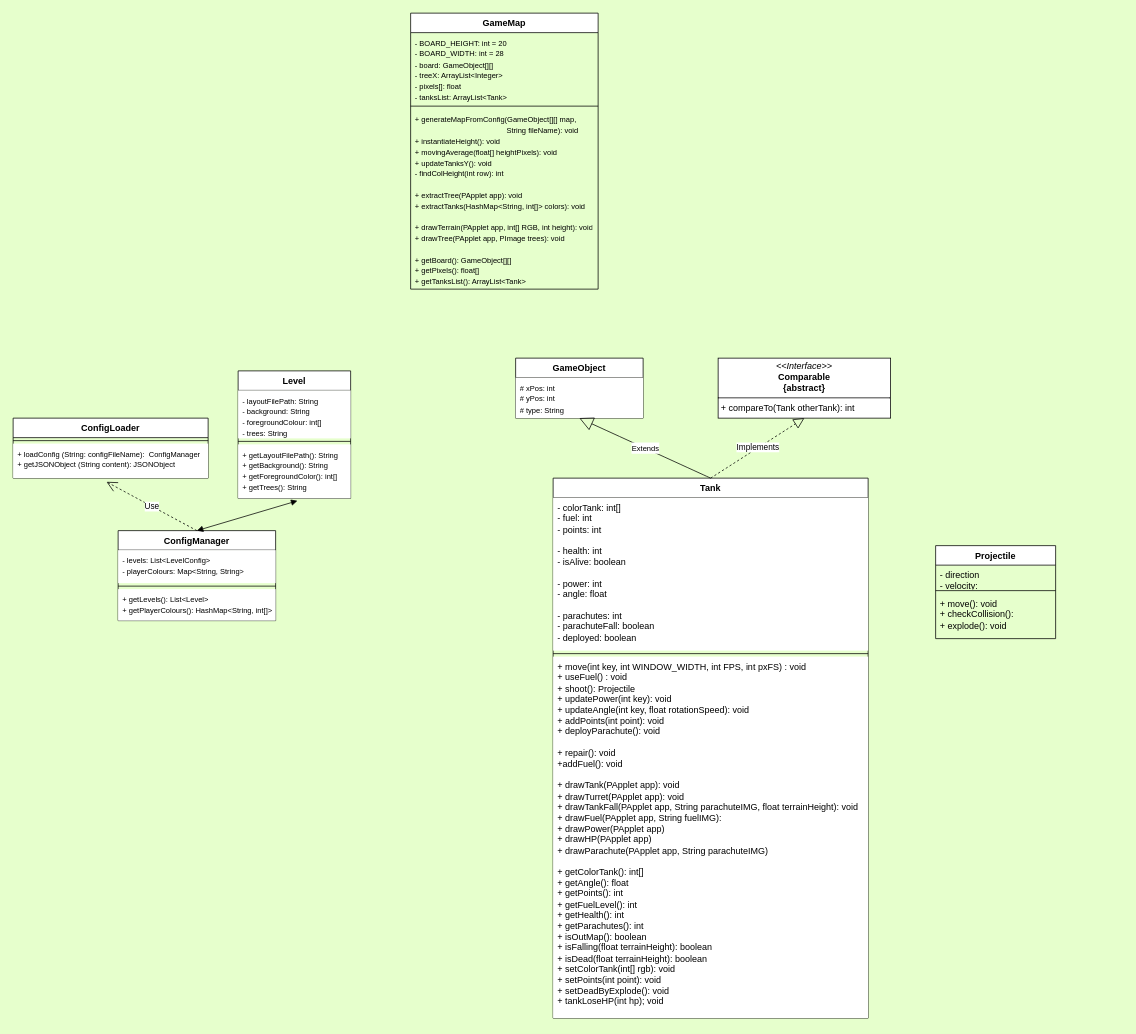
Earlier version of the draw.io diagram Tanks Layout.drawio (NguyenChHieu/Tanks). Source tidied: cells renumbered, new cells numbered last; positions are measured from the earlier drawing's top-left corner, leaving out a move shared by most shapes. Both pictures are drawn from the tidied source at 75%, with x=0, y=0 at pixel (13, 13).
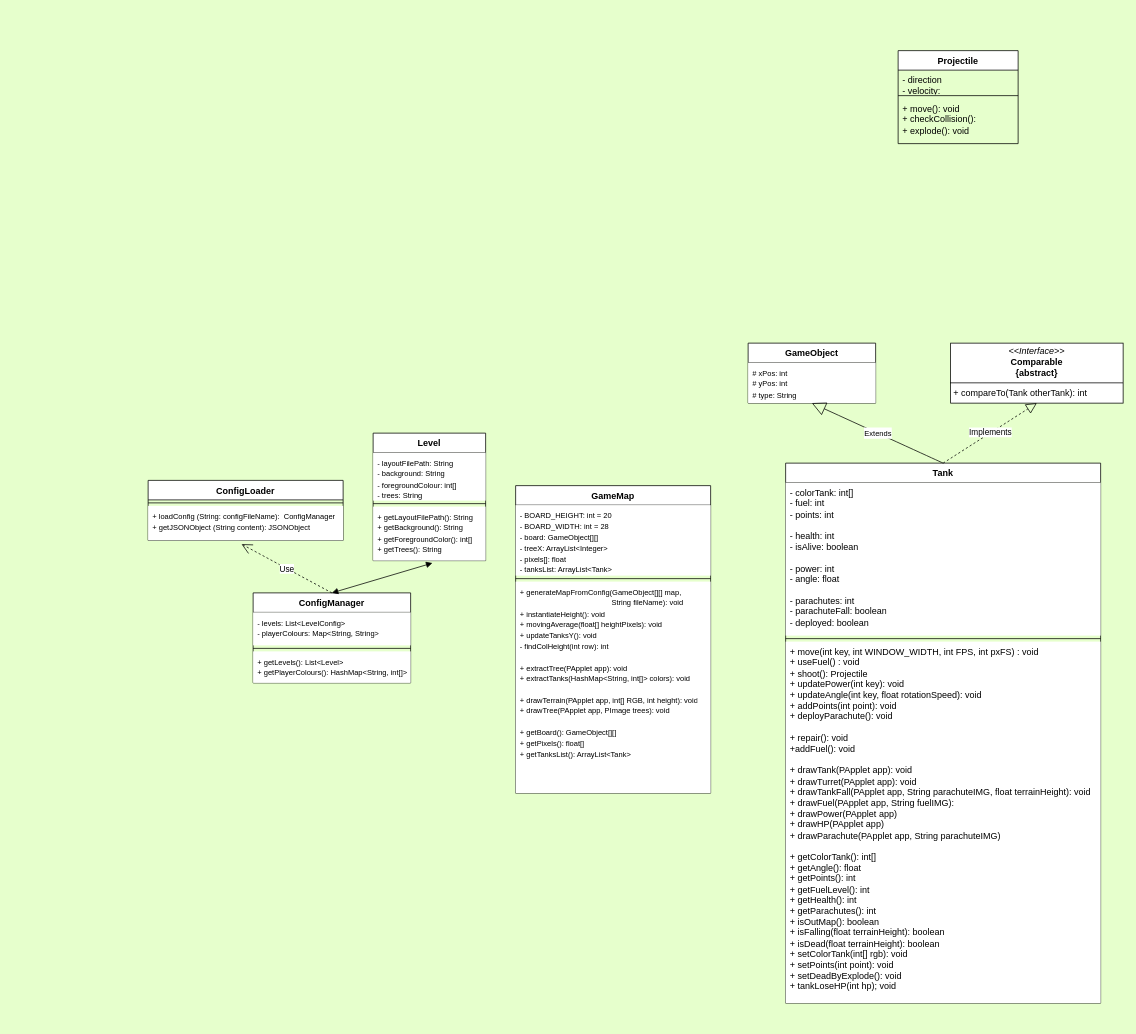
Above is the later version.

The edit, as a diff of the source:
```diff
@@
     <mxCell id="2" value="Tank" style="swimlane;fontStyle=1;align=center;verticalAlign=top;horizontal=1;startSize=26;whiteSpace=wrap;html=1;" parent="1" vertex="1">
-      <mxGeometry x="720" y="620" width="420" height="720" as="geometry" />
+      <mxGeometry x="1030" y="600" width="420" height="720" as="geometry" />
     </mxCell>
@@
     <mxCell id="6" value="ConfigManager" style="swimlane;fontStyle=1;align=center;verticalAlign=top;horizontal=1;startSize=26;whiteSpace=wrap;html=1;" parent="1" vertex="1">
-      <mxGeometry x="140" y="690" width="210" height="120" as="geometry" />
+      <mxGeometry x="320" y="773" width="210" height="120" as="geometry" />
     </mxCell>
@@
     <mxCell id="10" value="Level" style="swimlane;fontStyle=1;align=center;verticalAlign=top;horizontal=1;startSize=26;whiteSpace=wrap;html=1;" parent="1" vertex="1">
-      <mxGeometry x="300" y="477" width="150" height="170" as="geometry" />
+      <mxGeometry x="480" y="560" width="150" height="170" as="geometry" />
     </mxCell>
@@
     <mxCell id="14" value="Projectile" style="swimlane;fontStyle=1;align=center;verticalAlign=top;horizontal=1;startSize=26;whiteSpace=wrap;html=1;" parent="1" vertex="1">
-      <mxGeometry x="1230" y="710" width="160" height="124" as="geometry" />
+      <mxGeometry x="1180" y="50" width="160" height="124" as="geometry" />
     </mxCell>
@@
     <mxCell id="18" value="GameMap" style="swimlane;fontStyle=1;align=center;verticalAlign=top;horizontal=1;startSize=26;whiteSpace=wrap;html=1;" parent="1" vertex="1">
-      <mxGeometry x="530" width="250" height="368" as="geometry" />
+      <mxGeometry x="670" y="630" width="260" height="410" as="geometry" />
     </mxCell>
-    <mxCell id="19" value="&lt;div&gt;&lt;font style=&quot;font-size: 10px;&quot;&gt;- BOARD_HEIGHT: int = 20&lt;/font&gt;&lt;/div&gt;&lt;div&gt;&lt;font style=&quot;font-size: 10px;&quot;&gt;- BOARD_WIDTH: int = 28&lt;/font&gt;&lt;/div&gt;&lt;font style=&quot;font-size: 10px;&quot;&gt;- board: GameObject[][]&lt;/font&gt;&lt;div&gt;&lt;font style=&quot;font-size: 10px;&quot;&gt;- treeX: ArrayList&amp;lt;Integer&amp;gt;&lt;/font&gt;&lt;/div&gt;&lt;div&gt;&lt;font style=&quot;font-size: 10px;&quot;&gt;- pixels[]: float&lt;/font&gt;&lt;/div&gt;&lt;div&gt;&lt;font style=&quot;font-size: 10px;&quot;&gt;- tanksList: ArrayList&amp;lt;Tank&amp;gt;&lt;/font&gt;&lt;/div&gt;" style="text;strokeColor=none;fillColor=none;align=left;verticalAlign=top;spacingLeft=4;spacingRight=4;overflow=hidden;whiteSpace=wrap;html=1;" parent="18" vertex="1">
-      <mxGeometry y="26" width="250" height="94" as="geometry" />
+    <mxCell id="19" value="&lt;div&gt;&lt;font style=&quot;font-size: 10px;&quot;&gt;- BOARD_HEIGHT: int = 20&lt;/font&gt;&lt;/div&gt;&lt;div&gt;&lt;font style=&quot;font-size: 10px;&quot;&gt;- BOARD_WIDTH: int = 28&lt;/font&gt;&lt;/div&gt;&lt;font style=&quot;font-size: 10px;&quot;&gt;- board: GameObject[][]&lt;/font&gt;&lt;div&gt;&lt;font style=&quot;font-size: 10px;&quot;&gt;- treeX: ArrayList&amp;lt;Integer&amp;gt;&lt;/font&gt;&lt;/div&gt;&lt;div&gt;&lt;font style=&quot;font-size: 10px;&quot;&gt;- pixels[]: float&lt;/font&gt;&lt;/div&gt;&lt;div&gt;&lt;font style=&quot;font-size: 10px;&quot;&gt;- tanksList: ArrayList&amp;lt;Tank&amp;gt;&lt;/font&gt;&lt;/div&gt;" style="text;strokeColor=none;fillColor=default;align=left;verticalAlign=top;spacingLeft=4;spacingRight=4;overflow=hidden;whiteSpace=wrap;html=1;" parent="18" vertex="1">
+      <mxGeometry y="26" width="260" height="94" as="geometry" />
     </mxCell>
     <mxCell id="20" style="line;strokeWidth=1;fillColor=none;align=left;verticalAlign=middle;spacingTop=-1;spacingLeft=3;spacingRight=3;labelPosition=right;strokeColor=inherit;" parent="18" vertex="1">
-      <mxGeometry y="120" width="250" height="8" as="geometry" />
+      <mxGeometry y="120" width="260" height="8" as="geometry" />
     </mxCell>
-    <mxCell id="21" value="&lt;font style=&quot;font-size: 10px;&quot;&gt;+ generateMapFromConfig&lt;/font&gt;&lt;span style=&quot;font-size: 10px; background-color: initial;&quot;&gt;(GameObject[][] map,&amp;nbsp;&lt;/span&gt;&lt;div&gt;&lt;span style=&quot;font-size: 10px; background-color: initial;&quot;&gt;&lt;span style=&quot;white-space: pre;&quot;&gt;&#9;&lt;span style=&quot;white-space: pre;&quot;&gt;&#9;&lt;span style=&quot;white-space: pre;&quot;&gt;&#9;&lt;span style=&quot;white-space: pre;&quot;&gt;&#9;&lt;span style=&quot;white-space: pre;&quot;&gt;&#9;    &lt;/span&gt;&lt;/span&gt;&lt;/span&gt;&lt;/span&gt;&lt;/span&gt;String fileName): void&lt;/span&gt;&lt;/div&gt;&lt;div&gt;&lt;font size=&quot;1&quot;&gt;+ instantiateHeight(): void&lt;br&gt;&lt;/font&gt;&lt;div&gt;&lt;div&gt;&lt;font style=&quot;font-size: 10px;&quot;&gt;+ movingAverage(float[] heightPixels): void&lt;/font&gt;&lt;div&gt;&lt;span style=&quot;font-size: x-small;&quot;&gt;+ updateTanksY(): void&lt;/span&gt;&lt;br&gt;&lt;/div&gt;&lt;/div&gt;&lt;/div&gt;&lt;div&gt;&lt;div&gt;&lt;span style=&quot;font-size: x-small;&quot;&gt;- findColHeight(int row): int&lt;/span&gt;&lt;/div&gt;&lt;/div&gt;&lt;div&gt;&lt;br&gt;&lt;/div&gt;&lt;div&gt;&lt;font style=&quot;font-size: 10px;&quot;&gt;+ extractTree(PApplet app): void&lt;/font&gt;&lt;/div&gt;&lt;/div&gt;&lt;div&gt;&lt;font style=&quot;font-size: 10px;&quot;&gt;+ extractTanks(HashMap&amp;lt;String, int[]&amp;gt; colors): void&lt;/font&gt;&lt;/div&gt;&lt;div&gt;&lt;font style=&quot;font-size: 10px;&quot;&gt;&lt;br&gt;&lt;/font&gt;&lt;/div&gt;&lt;div&gt;&lt;font style=&quot;font-size: 10px;&quot;&gt;+ drawTerrain(PApplet app, int[] RGB, int height): void&lt;/font&gt;&lt;/div&gt;&lt;div&gt;&lt;font style=&quot;font-size: 10px;&quot;&gt;+ drawTree(PApplet app, PImage trees): void&lt;/font&gt;&lt;/div&gt;&lt;div&gt;&lt;font style=&quot;font-size: 10px;&quot;&gt;&lt;br&gt;&lt;/font&gt;&lt;/div&gt;&lt;div&gt;&lt;font style=&quot;font-size: 10px;&quot;&gt;+ getBoard(): GameObject[][]&lt;/font&gt;&lt;/div&gt;&lt;div&gt;&lt;font style=&quot;font-size: 10px;&quot;&gt;+ getPixels(): float[]&lt;/font&gt;&lt;/div&gt;&lt;div&gt;&lt;font style=&quot;font-size: 10px;&quot;&gt;+ getTanksList(): ArrayList&amp;lt;Tank&amp;gt;&lt;/font&gt;&lt;/div&gt;" style="text;strokeColor=none;fillColor=none;align=left;verticalAlign=top;spacingLeft=4;spacingRight=4;overflow=hidden;whiteSpace=wrap;html=1;" parent="18" vertex="1">
-      <mxGeometry y="128" width="250" height="240" as="geometry" />
+    <mxCell id="21" value="&lt;font style=&quot;font-size: 10px;&quot;&gt;+ generateMapFromConfig&lt;/font&gt;&lt;span style=&quot;font-size: 10px; background-color: initial;&quot;&gt;(GameObject[][] map,&amp;nbsp;&lt;/span&gt;&lt;div&gt;&lt;span style=&quot;font-size: 10px; background-color: initial;&quot;&gt;&lt;span style=&quot;white-space: pre;&quot;&gt;&#9;&lt;span style=&quot;white-space: pre;&quot;&gt;&#9;&lt;span style=&quot;white-space: pre;&quot;&gt;&#9;&lt;span style=&quot;white-space: pre;&quot;&gt;&#9;&lt;span style=&quot;white-space: pre;&quot;&gt;&#9;    &lt;/span&gt;&lt;/span&gt;&lt;/span&gt;&lt;/span&gt;&lt;/span&gt;String fileName): void&lt;/span&gt;&lt;/div&gt;&lt;div&gt;&lt;font size=&quot;1&quot;&gt;+ instantiateHeight(): void&lt;br&gt;&lt;/font&gt;&lt;div&gt;&lt;div&gt;&lt;font style=&quot;font-size: 10px;&quot;&gt;+ movingAverage(float[] heightPixels): void&lt;/font&gt;&lt;div&gt;&lt;span style=&quot;font-size: x-small;&quot;&gt;+ updateTanksY(): void&lt;/span&gt;&lt;br&gt;&lt;/div&gt;&lt;/div&gt;&lt;/div&gt;&lt;div&gt;&lt;div&gt;&lt;span style=&quot;font-size: x-small;&quot;&gt;- findColHeight(int row): int&lt;/span&gt;&lt;/div&gt;&lt;/div&gt;&lt;div&gt;&lt;br&gt;&lt;/div&gt;&lt;div&gt;&lt;font style=&quot;font-size: 10px;&quot;&gt;+ extractTree(PApplet app): void&lt;/font&gt;&lt;/div&gt;&lt;/div&gt;&lt;div&gt;&lt;font style=&quot;font-size: 10px;&quot;&gt;+ extractTanks(HashMap&amp;lt;String, int[]&amp;gt; colors): void&lt;/font&gt;&lt;/div&gt;&lt;div&gt;&lt;font style=&quot;font-size: 10px;&quot;&gt;&lt;br&gt;&lt;/font&gt;&lt;/div&gt;&lt;div&gt;&lt;font style=&quot;font-size: 10px;&quot;&gt;+ drawTerrain(PApplet app, int[] RGB, int height): void&lt;/font&gt;&lt;/div&gt;&lt;div&gt;&lt;font style=&quot;font-size: 10px;&quot;&gt;+ drawTree(PApplet app, PImage trees): void&lt;/font&gt;&lt;/div&gt;&lt;div&gt;&lt;font style=&quot;font-size: 10px;&quot;&gt;&lt;br&gt;&lt;/font&gt;&lt;/div&gt;&lt;div&gt;&lt;font style=&quot;font-size: 10px;&quot;&gt;+ getBoard(): GameObject[][]&lt;/font&gt;&lt;/div&gt;&lt;div&gt;&lt;font style=&quot;font-size: 10px;&quot;&gt;+ getPixels(): float[]&lt;/font&gt;&lt;/div&gt;&lt;div&gt;&lt;font style=&quot;font-size: 10px;&quot;&gt;+ getTanksList(): ArrayList&amp;lt;Tank&amp;gt;&lt;/font&gt;&lt;/div&gt;" style="text;strokeColor=none;fillColor=default;align=left;verticalAlign=top;spacingLeft=4;spacingRight=4;overflow=hidden;whiteSpace=wrap;html=1;" parent="18" vertex="1">
+      <mxGeometry y="128" width="260" height="282" as="geometry" />
     </mxCell>
     <mxCell id="22" value="ConfigLoader" style="swimlane;fontStyle=1;align=center;verticalAlign=top;horizontal=1;startSize=26;whiteSpace=wrap;html=1;" parent="1" vertex="1">
-      <mxGeometry y="540" width="260" height="80" as="geometry" />
+      <mxGeometry x="180" y="623" width="260" height="80" as="geometry" />
     </mxCell>
@@
     <mxCell id="27" value="GameObject" style="swimlane;fontStyle=1;align=center;verticalAlign=top;horizontal=1;startSize=26;whiteSpace=wrap;html=1;" parent="1" vertex="1">
-      <mxGeometry x="670" y="460" width="170" height="80" as="geometry" />
+      <mxGeometry x="980" y="440" width="170" height="80" as="geometry" />
     </mxCell>
@@
     <mxCell id="31" value="&lt;p style=&quot;margin:0px;margin-top:4px;text-align:center;&quot;&gt;&lt;i&gt;&amp;lt;&amp;lt;Interface&amp;gt;&amp;gt;&lt;/i&gt;&lt;br&gt;&lt;b&gt;Comparable&lt;/b&gt;&lt;/p&gt;&lt;div style=&quot;text-align: center;&quot;&gt;&lt;b&gt;{abstract}&lt;/b&gt;&lt;/div&gt;&lt;hr size=&quot;1&quot; style=&quot;border-style:solid;&quot;&gt;&lt;p style=&quot;margin:0px;margin-left:4px;&quot;&gt;+ compareTo(Tank otherTank): int&lt;/p&gt;" style="verticalAlign=top;align=left;overflow=fill;html=1;whiteSpace=wrap;" parent="1" vertex="1">
-      <mxGeometry x="940" y="460" width="230" height="80" as="geometry" />
+      <mxGeometry x="1250" y="440" width="230" height="80" as="geometry" />
     </mxCell>
```
